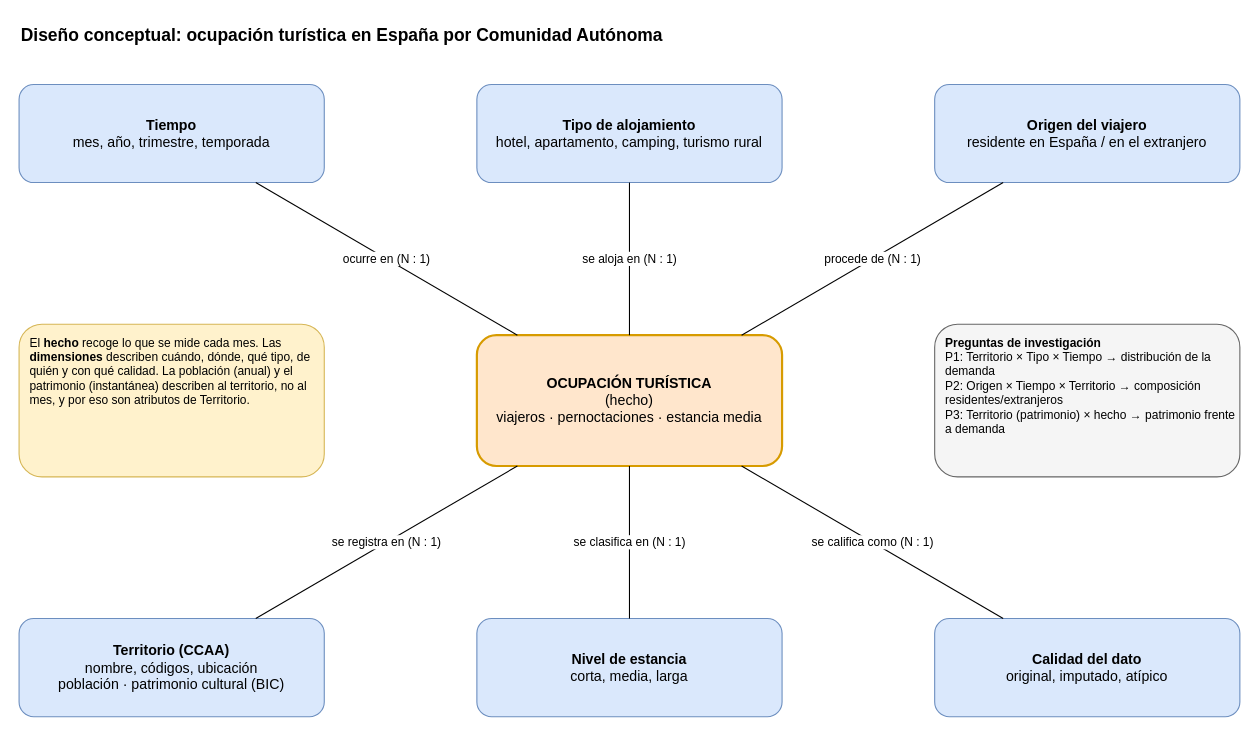
Ismael-Escribano/apd_practica keeps this draw.io diagram as docs/diseno_conceptual.drawio. Above is the earlier version. Source tidied: cells renumbered, new cells numbered last; positions are measured from the earlier drawing's top-left corner, leaving out a move shared by most shapes. Both pictures are drawn from the tidied source at 109%, with x=0, y=0 at pixel (19, 19).
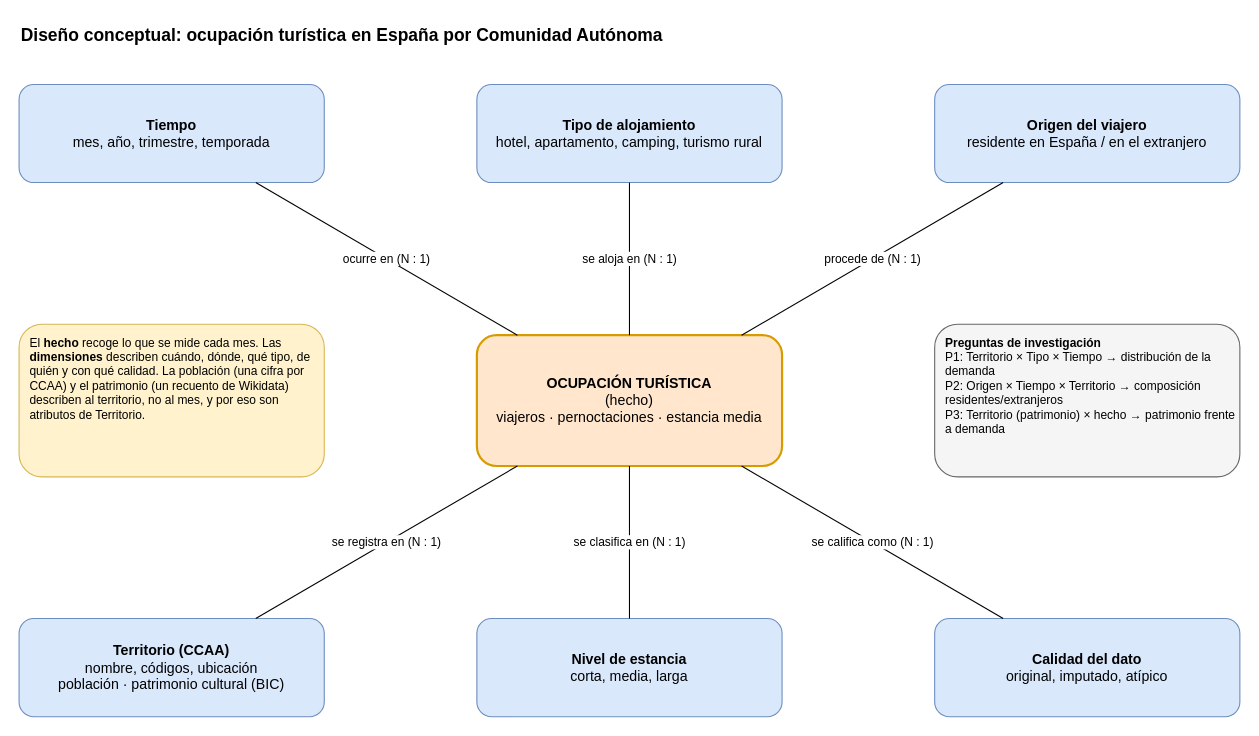
The same page after the edit.

Diff of the diagram source:
```diff
@@
 <mxGraphModel>
   <root>
     <mxCell id="0" />
     <mxCell id="1" parent="0" />
     <mxCell id="2" value="&lt;b&gt;Diseño conceptual: ocupación turística en España por Comunidad Autónoma&lt;/b&gt;" style="text;html=1;align=left;verticalAlign=middle;fontSize=16;" parent="1" vertex="1">
       <mxGeometry width="900" height="30" as="geometry" />
     </mxCell>
     <mxCell id="3" value="&lt;b&gt;OCUPACIÓN TURÍSTICA&lt;/b&gt;&lt;br&gt;(hecho)&lt;br&gt;viajeros · pernoctaciones · estancia media" style="rounded=1;whiteSpace=wrap;html=1;fillColor=#ffe6cc;strokeColor=#d79b00;align=center;verticalAlign=middle;fontSize=13;strokeWidth=2;" parent="1" vertex="1">
       <mxGeometry x="420" y="290" width="280" height="120" as="geometry" />
     </mxCell>
     <mxCell id="4" value="&lt;b&gt;Tiempo&lt;/b&gt;&lt;br&gt;mes, año, trimestre, temporada" style="rounded=1;whiteSpace=wrap;html=1;fillColor=#dae8fc;strokeColor=#6c8ebf;align=center;verticalAlign=middle;fontSize=13;" parent="1" vertex="1">
       <mxGeometry y="60" width="280" height="90" as="geometry" />
     </mxCell>
     <mxCell id="5" value="ocurre en (N : 1)" style="endArrow=none;html=1;rounded=0;labelBackgroundColor=#ffffff;fontSize=11;" parent="1" edge="1" source="3" target="4">
       <mxGeometry relative="1" as="geometry" />
     </mxCell>
     <mxCell id="6" value="&lt;b&gt;Tipo de alojamiento&lt;/b&gt;&lt;br&gt;hotel, apartamento, camping, turismo rural" style="rounded=1;whiteSpace=wrap;html=1;fillColor=#dae8fc;strokeColor=#6c8ebf;align=center;verticalAlign=middle;fontSize=13;" parent="1" vertex="1">
       <mxGeometry x="420" y="60" width="280" height="90" as="geometry" />
     </mxCell>
     <mxCell id="7" value="se aloja en (N : 1)" style="endArrow=none;html=1;rounded=0;labelBackgroundColor=#ffffff;fontSize=11;" parent="1" edge="1" source="3" target="6">
       <mxGeometry relative="1" as="geometry" />
     </mxCell>
     <mxCell id="8" value="&lt;b&gt;Origen del viajero&lt;/b&gt;&lt;br&gt;residente en España / en el extranjero" style="rounded=1;whiteSpace=wrap;html=1;fillColor=#dae8fc;strokeColor=#6c8ebf;align=center;verticalAlign=middle;fontSize=13;" parent="1" vertex="1">
       <mxGeometry x="840" y="60" width="280" height="90" as="geometry" />
     </mxCell>
     <mxCell id="9" value="procede de (N : 1)" style="endArrow=none;html=1;rounded=0;labelBackgroundColor=#ffffff;fontSize=11;" parent="1" edge="1" source="3" target="8">
       <mxGeometry relative="1" as="geometry" />
     </mxCell>
     <mxCell id="10" value="&lt;b&gt;Territorio (CCAA)&lt;/b&gt;&lt;br&gt;nombre, códigos, ubicación&lt;br&gt;población · patrimonio cultural (BIC)" style="rounded=1;whiteSpace=wrap;html=1;fillColor=#dae8fc;strokeColor=#6c8ebf;align=center;verticalAlign=middle;fontSize=13;" parent="1" vertex="1">
       <mxGeometry y="550" width="280" height="90" as="geometry" />
     </mxCell>
     <mxCell id="11" value="se registra en (N : 1)" style="endArrow=none;html=1;rounded=0;labelBackgroundColor=#ffffff;fontSize=11;" parent="1" edge="1" source="3" target="10">
       <mxGeometry relative="1" as="geometry" />
     </mxCell>
     <mxCell id="12" value="&lt;b&gt;Nivel de estancia&lt;/b&gt;&lt;br&gt;corta, media, larga" style="rounded=1;whiteSpace=wrap;html=1;fillColor=#dae8fc;strokeColor=#6c8ebf;align=center;verticalAlign=middle;fontSize=13;" parent="1" vertex="1">
       <mxGeometry x="420" y="550" width="280" height="90" as="geometry" />
     </mxCell>
     <mxCell id="13" value="se clasifica en (N : 1)" style="endArrow=none;html=1;rounded=0;labelBackgroundColor=#ffffff;fontSize=11;" parent="1" edge="1" source="3" target="12">
       <mxGeometry relative="1" as="geometry" />
     </mxCell>
     <mxCell id="14" value="&lt;b&gt;Calidad del dato&lt;/b&gt;&lt;br&gt;original, imputado, atípico" style="rounded=1;whiteSpace=wrap;html=1;fillColor=#dae8fc;strokeColor=#6c8ebf;align=center;verticalAlign=middle;fontSize=13;" parent="1" vertex="1">
       <mxGeometry x="840" y="550" width="280" height="90" as="geometry" />
     </mxCell>
     <mxCell id="15" value="se califica como (N : 1)" style="endArrow=none;html=1;rounded=0;labelBackgroundColor=#ffffff;fontSize=11;" parent="1" edge="1" source="3" target="14">
       <mxGeometry relative="1" as="geometry" />
     </mxCell>
     <mxCell id="16" value="&lt;b&gt;Preguntas de investigación&lt;/b&gt;&lt;br&gt;P1: Territorio × Tipo × Tiempo → distribución de la demanda&lt;br&gt;P2: Origen × Tiempo × Territorio → composición residentes/extranjeros&lt;br&gt;P3: Territorio (patrimonio) × hecho → patrimonio frente a demanda" style="rounded=1;whiteSpace=wrap;html=1;align=left;verticalAlign=top;spacingLeft=8;spacingTop=4;fillColor=#f5f5f5;strokeColor=#666666;fontSize=11;" parent="1" vertex="1">
       <mxGeometry x="840" y="280" width="280" height="140" as="geometry" />
     </mxCell>
-    <mxCell id="17" value="El &lt;b&gt;hecho&lt;/b&gt; recoge lo que se mide cada mes. Las &lt;b&gt;dimensiones&lt;/b&gt; describen cuándo, dónde, qué tipo, de quién y con qué calidad. La población (anual) y el patrimonio (instantánea) describen al territorio, no al mes, y por eso son atributos de Territorio." style="rounded=1;whiteSpace=wrap;html=1;align=left;verticalAlign=top;spacingLeft=8;spacingTop=4;fillColor=#fff2cc;strokeColor=#d6b656;fontSize=11;" parent="1" vertex="1">
+    <mxCell id="17" value="El &lt;b&gt;hecho&lt;/b&gt; recoge lo que se mide cada mes. Las &lt;b&gt;dimensiones&lt;/b&gt; describen cuándo, dónde, qué tipo, de quién y con qué calidad. La población (una cifra por CCAA) y el patrimonio (un recuento de Wikidata) describen al territorio, no al mes, y por eso son atributos de Territorio." style="rounded=1;whiteSpace=wrap;html=1;align=left;verticalAlign=top;spacingLeft=8;spacingTop=4;fillColor=#fff2cc;strokeColor=#d6b656;fontSize=11;" parent="1" vertex="1">
       <mxGeometry y="280" width="280" height="140" as="geometry" />
     </mxCell>
   </root>
 </mxGraphModel>
```
